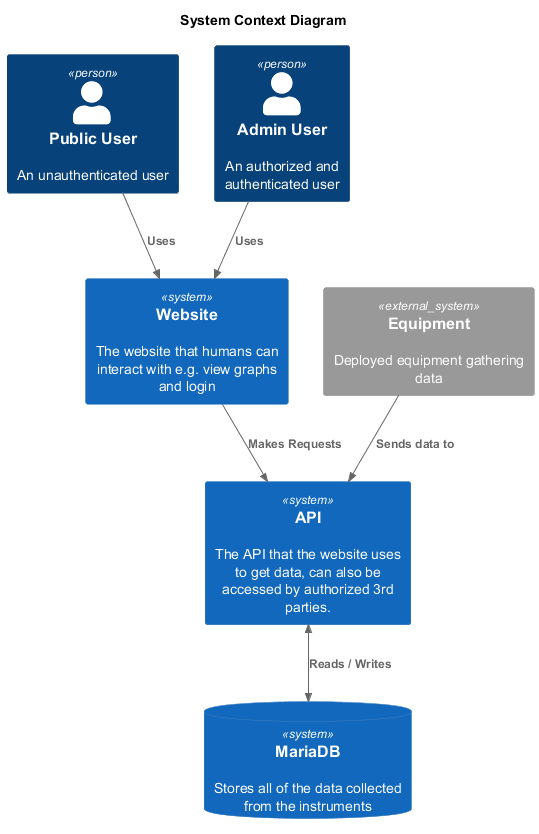
Before: docs/c4/context/System-Context-Diagram.png, a diagram exported from PlantUML (asJoshua/CHIL-Data-Visualisation-Webapp). Its diagram source:
```plantuml
@startuml System-Context-Diagram
!include <c4/C4_Context.puml>
title System Context Diagram

Person(public_user, "Public User", "An unauthenticated user")
Person(admin_user, "Admin User", "An authorized and authenticated user")
System_Ext(equipment, "Equipment", "Deployed equipment gathering data")
System(website, "Website", "The website that humans can interact with e.g. view graphs and login")
System(api, "API", "The API that the website uses to get data, can also be accessed by authorized 3rd parties.")
SystemDb(mariadb, "MariaDB", "Stores all of the data collected from the instruments")

Rel(public_user, website, "Uses")
Rel(admin_user, website, "Uses")
Rel(website, api, "Makes Requests")
Rel(equipment, api, "Sends data to")
BiRel(api, mariadb, "Reads / Writes")


@enduml
```
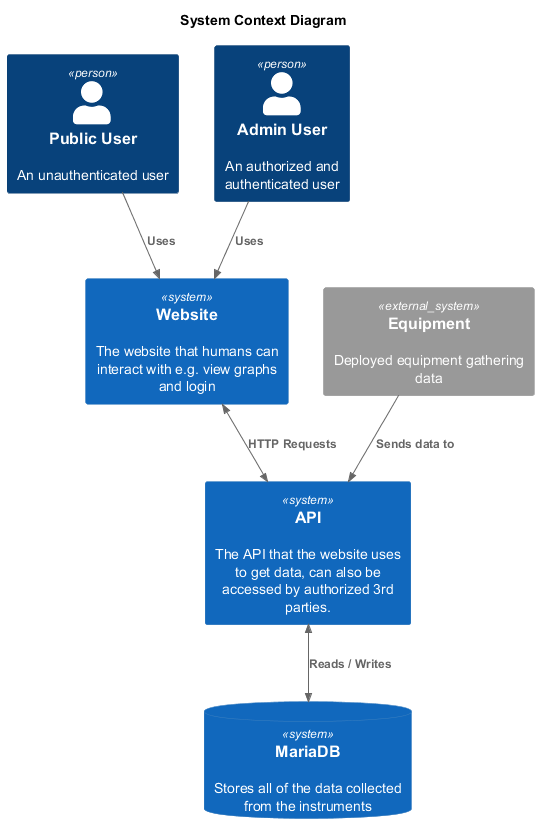
The same file after the commit.

Commit message:
wiki/Updated context diagram for a bi relation between website and api

Change to the diagram source:
```diff
@@ -11,9 +11,8 @@
 
 Rel(public_user, website, "Uses")
 Rel(admin_user, website, "Uses")
-Rel(website, api, "Makes Requests")
+BiRel(website, api, "HTTP Requests")
 Rel(equipment, api, "Sends data to")
 BiRel(api, mariadb, "Reads / Writes")
 
-
 @enduml
```
